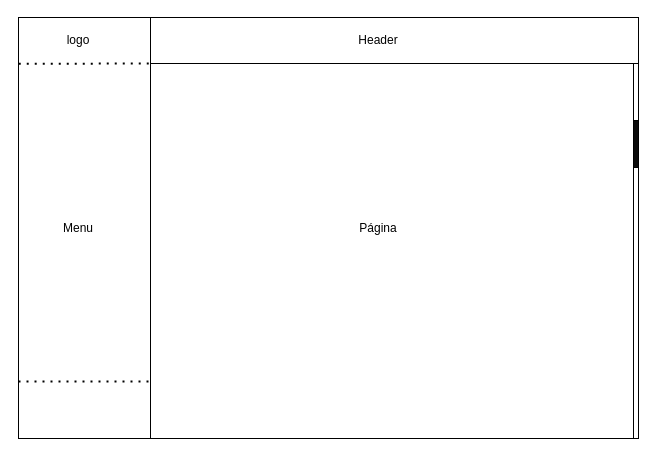
Before: Diagrama sem nome.drawio in Avflux/drawio, a draw.io diagram. Source tidied: cells renumbered, new cells numbered last; positions are measured from the earlier drawing's top-left corner, leaving out a move shared by most shapes. Both pictures are drawn from the tidied source at 100%, with x=0, y=0 at pixel (18, 17).
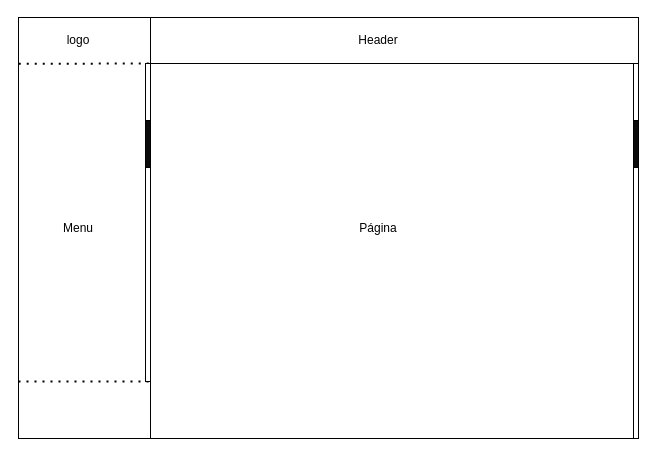
After the change.

Change to the diagram source:
```diff
@@
 <mxGraphModel>
   <root>
     <mxCell id="0" />
     <mxCell id="1" parent="0" />
     <mxCell id="2" style="whiteSpace=wrap;html=1;" parent="1" vertex="1">
       <mxGeometry width="620" height="421" as="geometry" />
     </mxCell>
     <mxCell id="3" style="whiteSpace=wrap;html=1;" parent="1" vertex="1">
       <mxGeometry width="132" height="421" as="geometry" />
     </mxCell>
     <mxCell id="4" style="whiteSpace=wrap;html=1;" parent="1" vertex="1">
       <mxGeometry x="132" width="488" height="46" as="geometry" />
     </mxCell>
     <mxCell id="5" value="Página" style="text;strokeColor=none;align=center;fillColor=none;html=1;verticalAlign=middle;whiteSpace=wrap;rounded=0;" parent="1" vertex="1">
       <mxGeometry x="330" y="195.5" width="60" height="30" as="geometry" />
     </mxCell>
     <mxCell id="6" value="Header" style="text;strokeColor=none;align=center;fillColor=none;html=1;verticalAlign=middle;whiteSpace=wrap;rounded=0;" parent="1" vertex="1">
       <mxGeometry x="330" y="8" width="60" height="30" as="geometry" />
     </mxCell>
     <mxCell id="7" value="logo" style="text;strokeColor=none;align=center;fillColor=none;html=1;verticalAlign=middle;whiteSpace=wrap;rounded=0;" parent="1" vertex="1">
       <mxGeometry x="30" y="8" width="60" height="30" as="geometry" />
     </mxCell>
     <mxCell id="8" value="Menu" style="text;strokeColor=none;align=center;fillColor=none;html=1;verticalAlign=middle;whiteSpace=wrap;rounded=0;" parent="1" vertex="1">
       <mxGeometry x="30" y="195.5" width="60" height="30" as="geometry" />
     </mxCell>
     <mxCell id="9" style="whiteSpace=wrap;html=1;" parent="1" vertex="1">
       <mxGeometry x="615" y="46" width="5" height="375" as="geometry" />
     </mxCell>
     <mxCell id="10" style="whiteSpace=wrap;html=1;fillColor=#0B0B0B;" parent="1" vertex="1">
       <mxGeometry x="615" y="103" width="5" height="47" as="geometry" />
     </mxCell>
     <mxCell id="11" style="endArrow=none;dashed=1;html=1;dashPattern=1 3;strokeWidth=2;rounded=0;entryX=0;entryY=1;entryDx=0;entryDy=0;exitX=0.002;exitY=0.11;exitDx=0;exitDy=0;exitPerimeter=0;" parent="1" edge="1" source="3" target="4">
       <mxGeometry relative="1" as="geometry" />
     </mxCell>
     <mxCell id="12" style="endArrow=none;dashed=1;html=1;dashPattern=1 3;strokeWidth=2;rounded=0;entryX=0;entryY=1;entryDx=0;entryDy=0;exitX=0.002;exitY=0.11;exitDx=0;exitDy=0;exitPerimeter=0;" parent="1" edge="1">
       <mxGeometry relative="1" as="geometry">
         <mxPoint y="364" as="sourcePoint" />
         <mxPoint x="132" y="364" as="targetPoint" />
       </mxGeometry>
     </mxCell>
+    <mxCell id="13" style="whiteSpace=wrap;html=1;" parent="1" vertex="1">
+      <mxGeometry x="127" y="46" width="5" height="318" as="geometry" />
+    </mxCell>
+    <mxCell id="14" style="whiteSpace=wrap;html=1;fillColor=#0B0B0B;" parent="1" vertex="1">
+      <mxGeometry x="127" y="103" width="5" height="47" as="geometry" />
+    </mxCell>
   </root>
 </mxGraphModel>
```
